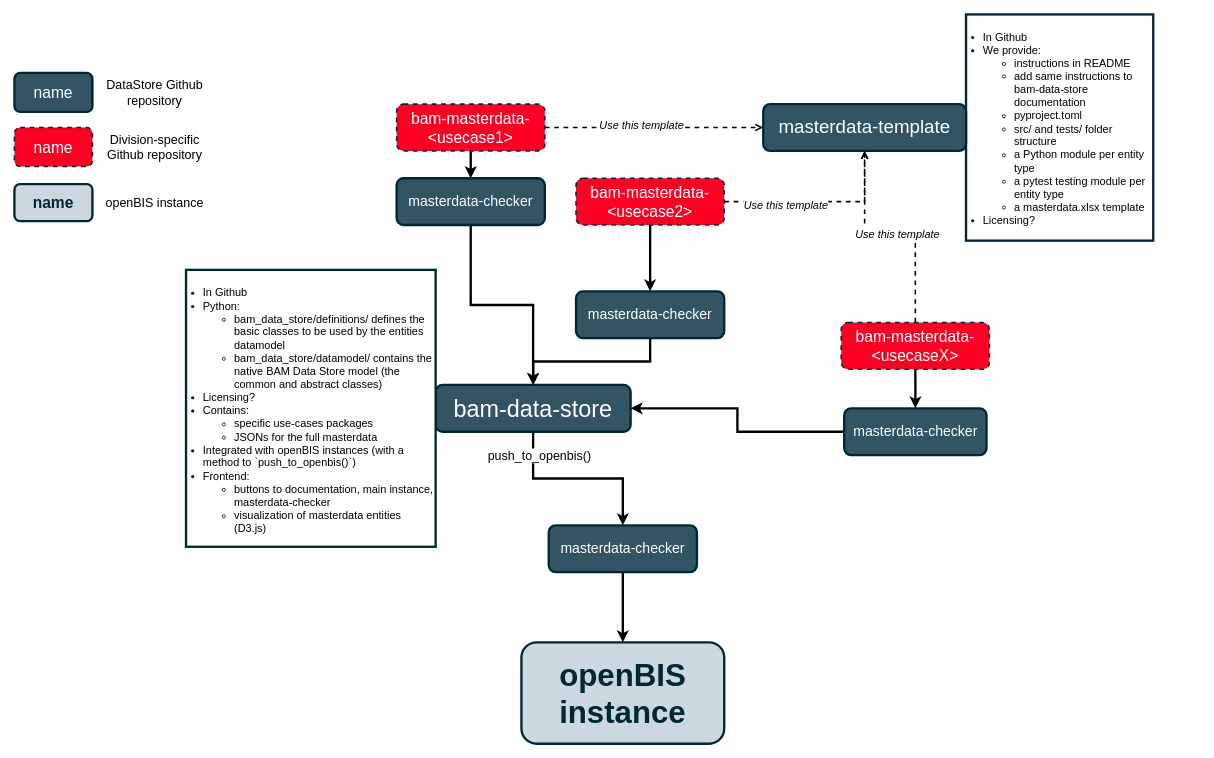
ibresslerBAM/bam-masterdata keeps this draw.io diagram as docs/assets/drawio/masterdata-workflow.drawio. Above is the earlier version. Source tidied: cells renumbered, new cells numbered last; positions are measured from the earlier drawing's top-left corner, leaving out a move shared by most shapes. Both pictures are drawn from the tidied source at 78%, with x=0, y=0 at pixel (14, 14).
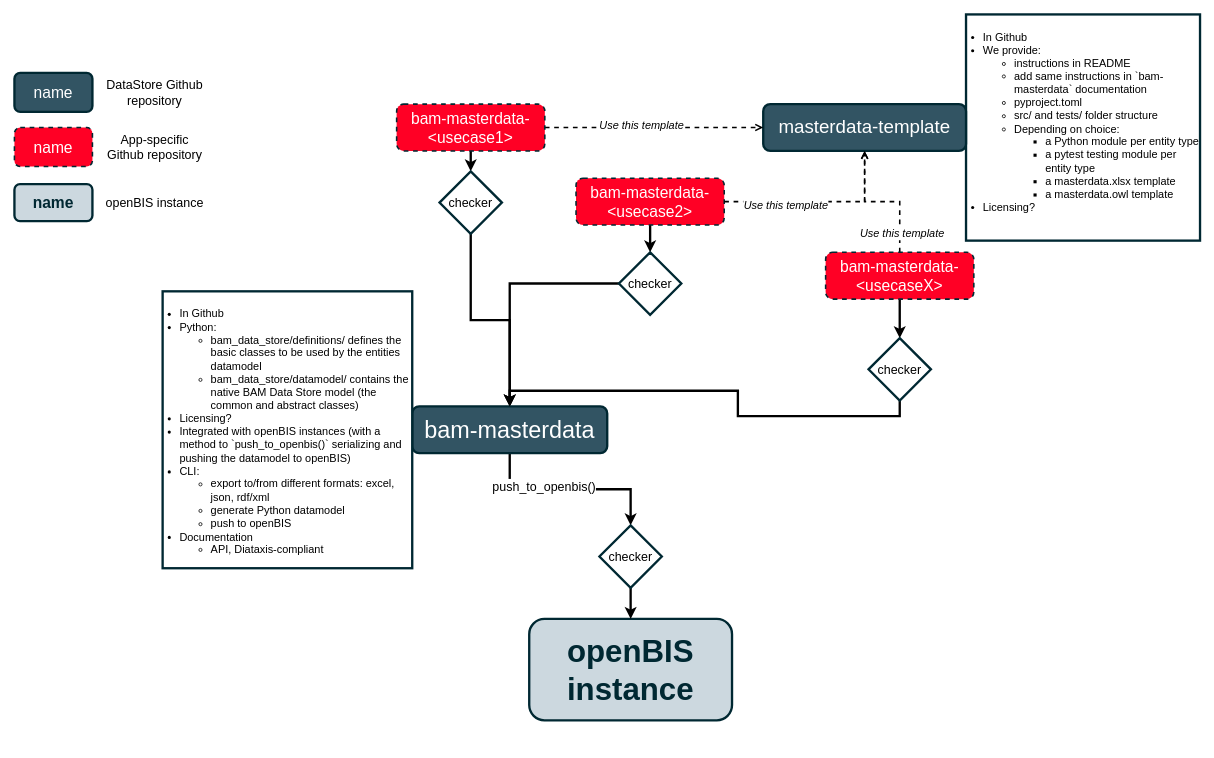
Above is the later version.

The change refers to these unchanged cells:
```xml
<mxCell id="10" value="bam-masterdata-&amp;lt;usecase1&amp;gt;" style="rounded=1;whiteSpace=wrap;html=1;fillColor=#FF0025;fontFamily=Klavika;fontColor=#FFFFFF;textShadow=0;fontSize=20;strokeColor=#002832;strokeWidth=2;dashed=1;" parent="1" vertex="1">
  <mxGeometry x="490" y="115" width="190" height="60" as="geometry" />
</mxCell>
<mxCell id="11" style="edgeStyle=orthogonalEdgeStyle;rounded=0;jettySize=auto;html=1;endArrow=open;endFill=0;strokeWidth=2;dashed=1;" parent="1" edge="1" source="13" target="7">
  <mxGeometry relative="1" as="geometry" />
</mxCell>
<mxCell id="14" value="bam-masterdata-&amp;lt;usecase2&amp;gt;" style="rounded=1;whiteSpace=wrap;html=1;fillColor=#FF0025;fontFamily=Klavika;fontColor=#FFFFFF;textShadow=0;fontSize=20;strokeColor=#002832;strokeWidth=2;dashed=1;" parent="1" vertex="1">
  <mxGeometry x="720" y="210" width="190" height="60" as="geometry" />
</mxCell>
```

Change to the diagram source:
```diff
@@
-    <mxCell id="2" style="edgeStyle=orthogonalEdgeStyle;rounded=0;jettySize=auto;html=1;strokeWidth=3;startArrow=classic;startFill=1;endArrow=none;endFill=0;" parent="1" edge="1" source="30" target="10">
+    <mxCell id="2" style="edgeStyle=orthogonalEdgeStyle;rounded=0;jettySize=auto;html=1;strokeWidth=3;startArrow=classic;startFill=1;endArrow=none;endFill=0;exitX=0.5;exitY=0;exitDx=0;exitDy=0;" parent="1" edge="1" source="38" target="10">
       <mxGeometry relative="1" as="geometry" />
     </mxCell>
-    <mxCell id="3" style="edgeStyle=orthogonalEdgeStyle;rounded=0;jettySize=auto;html=1;strokeWidth=3;startArrow=classic;startFill=1;endArrow=none;endFill=0;" parent="1" edge="1" source="26" target="13">
+    <mxCell id="3" style="edgeStyle=orthogonalEdgeStyle;rounded=0;jettySize=auto;html=1;strokeWidth=3;startArrow=classic;startFill=1;endArrow=none;endFill=0;exitX=0.5;exitY=0;exitDx=0;exitDy=0;" parent="1" edge="1" source="40" target="13">
       <mxGeometry relative="1" as="geometry" />
     </mxCell>
-    <mxCell id="4" style="edgeStyle=orthogonalEdgeStyle;rounded=0;jettySize=auto;html=1;strokeWidth=3;startArrow=classic;startFill=1;endArrow=none;endFill=0;" parent="1" edge="1" source="28" target="14">
+    <mxCell id="4" style="edgeStyle=orthogonalEdgeStyle;rounded=0;jettySize=auto;html=1;strokeWidth=3;startArrow=classic;startFill=1;endArrow=none;endFill=0;exitX=0.5;exitY=0;exitDx=0;exitDy=0;" parent="1" edge="1" source="42" target="14">
       <mxGeometry relative="1" as="geometry" />
     </mxCell>
     <mxCell id="5" style="group;" parent="1" vertex="1">
-      <mxGeometry x="960" width="500" height="290" as="geometry" />
+      <mxGeometry x="960" width="560" height="290" as="geometry" />
     </mxCell>
-    <mxCell id="6" value="&lt;ul style=&quot;padding-left: 20px;&quot;&gt;&lt;li&gt;In Github&lt;/li&gt;&lt;li&gt;We provide:&lt;/li&gt;&lt;ul&gt;&lt;li&gt;instructions in README&lt;/li&gt;&lt;li&gt;add same instructions to bam-data-store documentation&lt;/li&gt;&lt;li&gt;pyproject.toml&lt;/li&gt;&lt;li&gt;src/ and tests/ folder structure&lt;/li&gt;&lt;li&gt;a Python module per entity type&lt;/li&gt;&lt;li&gt;a pytest testing module per entity type&lt;/li&gt;&lt;li&gt;a masterdata.xlsx template&lt;br&gt;&lt;/li&gt;&lt;/ul&gt;&lt;li&gt;Licensing?&lt;/li&gt;&lt;/ul&gt;" style="rounded=0;whiteSpace=wrap;html=1;strokeWidth=3;strokeColor=#002832;align=left;verticalAlign=top;fontSize=14;" parent="5" vertex="1">
-      <mxGeometry x="260" width="240" height="290" as="geometry" />
+    <mxCell id="6" value="&lt;ul style=&quot;padding-left: 20px;&quot;&gt;&lt;li&gt;In Github&lt;/li&gt;&lt;li&gt;We provide:&lt;/li&gt;&lt;ul&gt;&lt;li&gt;instructions in README&lt;/li&gt;&lt;li&gt;add same instructions in `bam-masterdata` documentation&lt;br&gt;&lt;/li&gt;&lt;li&gt;pyproject.toml&lt;/li&gt;&lt;li&gt;src/ and tests/ folder structure&lt;/li&gt;&lt;li&gt;Depending on choice:&lt;br&gt;&lt;/li&gt;&lt;ul&gt;&lt;li&gt;a Python module per entity type&lt;/li&gt;&lt;li&gt;a pytest testing module per entity type&lt;/li&gt;&lt;li&gt;a masterdata.xlsx template&lt;/li&gt;&lt;li&gt;a masterdata.owl template&lt;br&gt;&lt;/li&gt;&lt;/ul&gt;&lt;/ul&gt;&lt;li&gt;Licensing?&lt;/li&gt;&lt;/ul&gt;" style="rounded=0;whiteSpace=wrap;html=1;strokeWidth=3;strokeColor=#002832;align=left;verticalAlign=top;fontSize=14;" parent="5" vertex="1">
+      <mxGeometry x="260" width="300" height="290" as="geometry" />
     </mxCell>
@@
     <mxCell id="12" value="&lt;font style=&quot;font-size: 14px;&quot; face=&quot;Klavika&quot;&gt;&lt;i&gt;Use this template&lt;br&gt;&lt;/i&gt;&lt;/font&gt;" style="edgeLabel;html=1;align=center;verticalAlign=middle;" parent="11" vertex="1">
       <mxGeometry x="-0.05" y="-4" relative="1" as="geometry">
-        <mxPoint x="1" as="offset" />
+        <mxPoint x="20" y="44" as="offset" />
       </mxGeometry>
     </mxCell>
     <mxCell id="13" value="bam-masterdata-&amp;lt;usecaseX&amp;gt;" style="rounded=1;whiteSpace=wrap;html=1;fillColor=#FF0025;fontFamily=Klavika;fontColor=#FFFFFF;textShadow=0;fontSize=20;strokeColor=#002832;strokeWidth=2;dashed=1;" parent="1" vertex="1">
-      <mxGeometry x="1060" y="395" width="190" height="60" as="geometry" />
+      <mxGeometry x="1040" y="305" width="190" height="60" as="geometry" />
     </mxCell>
@@
-    <mxCell id="17" style="group;" parent="1" vertex="1">
-      <mxGeometry x="220" y="327.5" width="570" height="355" as="geometry" />
-    </mxCell>
-    <mxCell id="18" value="&lt;font&gt;bam&lt;/font&gt;-data-store" style="rounded=1;whiteSpace=wrap;html=1;fillColor=#325463;fontFamily=Klavika;fontColor=#FFFFFF;textShadow=0;fontSize=30;strokeColor=#002832;strokeWidth=3;" parent="17" vertex="1">
-      <mxGeometry x="320" y="147.5" width="250" height="60" as="geometry" />
-    </mxCell>
-    <mxCell id="19" value="&lt;ul style=&quot;padding-left: 20px;&quot;&gt;&lt;li&gt;In Github&lt;/li&gt;&lt;li&gt;Python:&lt;/li&gt;&lt;ul&gt;&lt;li&gt;bam_data_store/definitions/ defines the basic classes to be used by the entities datamodel&lt;/li&gt;&lt;li&gt;bam_data_store/datamodel/ contains the native BAM Data Store model (the common and abstract classes)&lt;/li&gt;&lt;/ul&gt;&lt;li&gt;Licensing?&lt;/li&gt;&lt;li&gt;Contains:&lt;/li&gt;&lt;ul&gt;&lt;li&gt;specific use-cases packages&lt;/li&gt;&lt;li&gt;JSONs for the full masterdata&lt;br&gt;&lt;/li&gt;&lt;/ul&gt;&lt;li&gt;Integrated with openBIS instances (with a method to `push_to_openbis()`)&lt;br&gt;&lt;/li&gt;&lt;li&gt;Frontend:&lt;/li&gt;&lt;ul&gt;&lt;li&gt;buttons to documentation, main instance, masterdata-checker&lt;br&gt;&lt;/li&gt;&lt;li&gt;visualization of masterdata entities (D3.js)&lt;br&gt;&lt;/li&gt;&lt;/ul&gt;&lt;/ul&gt;" style="rounded=0;whiteSpace=wrap;html=1;strokeWidth=3;strokeColor=#002832;align=left;verticalAlign=top;fontSize=14;" parent="17" vertex="1">
-      <mxGeometry width="320" height="355" as="geometry" />
-    </mxCell>
     <mxCell id="20" value="&lt;div&gt;openBIS&lt;/div&gt;&lt;div&gt;instance&lt;br&gt;&lt;/div&gt;" style="rounded=1;whiteSpace=wrap;html=1;fillColor=#CCD8DF;fontFamily=Klavika;fontColor=#002832;textShadow=0;fontSize=40;strokeColor=#002832;strokeWidth=3;fontStyle=1;" parent="1" vertex="1">
-      <mxGeometry x="650" y="805" width="260" height="130" as="geometry" />
+      <mxGeometry x="660" y="775" width="260" height="130" as="geometry" />
     </mxCell>
-    <mxCell id="21" style="edgeStyle=orthogonalEdgeStyle;rounded=0;jettySize=auto;html=1;strokeWidth=3;" parent="1" edge="1" source="24" target="20">
-      <mxGeometry relative="1" as="geometry" />
-    </mxCell>
-    <mxCell id="22" style="edgeStyle=orthogonalEdgeStyle;rounded=0;jettySize=auto;html=1;strokeWidth=3;" parent="1" edge="1" source="18" target="24">
+    <mxCell id="22" style="edgeStyle=orthogonalEdgeStyle;rounded=0;jettySize=auto;html=1;strokeWidth=3;entryX=0.5;entryY=0;entryDx=0;entryDy=0;" parent="1" edge="1" source="18" target="44">
       <mxGeometry relative="1" as="geometry" />
     </mxCell>
     <mxCell id="23" value="&lt;font face=&quot;Klavika&quot; style=&quot;font-size: 16px;&quot;&gt;push_to_openbis()&lt;/font&gt;" style="edgeLabel;html=1;align=center;verticalAlign=middle;" parent="22" vertex="1">
       <mxGeometry x="-0.1" y="1" relative="1" as="geometry">
-        <mxPoint x="-39" y="-29" as="offset" />
+        <mxPoint x="-21" y="-3" as="offset" />
       </mxGeometry>
     </mxCell>
-    <mxCell id="24" value="masterdata-checker" style="rounded=1;whiteSpace=wrap;html=1;fillColor=#325463;fontFamily=Klavika;fontColor=#FFFFFF;textShadow=0;fontSize=18;strokeColor=#002832;strokeWidth=3;" parent="1" vertex="1">
-      <mxGeometry x="685" y="655" width="190" height="60" as="geometry" />
-    </mxCell>
-    <mxCell id="25" style="edgeStyle=orthogonalEdgeStyle;rounded=0;jettySize=auto;html=1;strokeWidth=3;startArrow=classic;startFill=1;endArrow=none;endFill=0;" parent="1" edge="1" source="18" target="26">
-      <mxGeometry relative="1" as="geometry" />
-    </mxCell>
-    <mxCell id="26" value="masterdata-checker" style="rounded=1;whiteSpace=wrap;html=1;fillColor=#325463;fontFamily=Klavika;fontColor=#FFFFFF;textShadow=0;fontSize=18;strokeColor=#002832;strokeWidth=3;" parent="1" vertex="1">
-      <mxGeometry x="1063.8" y="505" width="182.5" height="60" as="geometry" />
-    </mxCell>
-    <mxCell id="27" style="edgeStyle=orthogonalEdgeStyle;rounded=0;jettySize=auto;html=1;strokeWidth=3;startArrow=classic;startFill=1;endArrow=none;endFill=0;" parent="1" edge="1" source="18" target="28">
-      <mxGeometry relative="1" as="geometry" />
-    </mxCell>
-    <mxCell id="28" value="masterdata-checker" style="rounded=1;whiteSpace=wrap;html=1;fillColor=#325463;fontFamily=Klavika;fontColor=#FFFFFF;textShadow=0;fontSize=18;strokeColor=#002832;strokeWidth=3;" parent="1" vertex="1">
-      <mxGeometry x="720" y="355" width="190" height="60" as="geometry" />
-    </mxCell>
-    <mxCell id="29" style="edgeStyle=orthogonalEdgeStyle;rounded=0;jettySize=auto;html=1;strokeWidth=3;startArrow=classic;startFill=1;endArrow=none;endFill=0;" parent="1" edge="1" source="18" target="30">
-      <mxGeometry relative="1" as="geometry" />
-    </mxCell>
-    <mxCell id="30" value="masterdata-checker" style="rounded=1;whiteSpace=wrap;html=1;fillColor=#325463;fontFamily=Klavika;fontColor=#FFFFFF;textShadow=0;fontSize=18;strokeColor=#002832;strokeWidth=3;" parent="1" vertex="1">
-      <mxGeometry x="490" y="210" width="190" height="60" as="geometry" />
-    </mxCell>
@@
-    <mxCell id="33" value="Division-specific Github repository" style="text;html=1;align=center;verticalAlign=middle;whiteSpace=wrap;rounded=0;fontFamily=Klavika;fontSize=16;" parent="1" vertex="1">
+    <mxCell id="33" value="App-specific Github repository" style="text;html=1;align=center;verticalAlign=middle;whiteSpace=wrap;rounded=0;fontFamily=Klavika;fontSize=16;" parent="1" vertex="1">
       <mxGeometry x="110" y="155" width="140" height="30" as="geometry" />
     </mxCell>
@@
+    <mxCell id="37" style="edgeStyle=orthogonalEdgeStyle;rounded=0;jettySize=auto;html=1;entryX=0.5;entryY=0;entryDx=0;entryDy=0;strokeWidth=3;" parent="1" edge="1" source="38" target="18">
+      <mxGeometry relative="1" as="geometry" />
+    </mxCell>
+    <mxCell id="38" value="checker" style="rhombus;whiteSpace=wrap;html=1;fontFamily=Klavika;fontSize=16;strokeWidth=3;strokeColor=#002832;" parent="1" vertex="1">
+      <mxGeometry x="545" y="201.2" width="80" height="80" as="geometry" />
+    </mxCell>
+    <mxCell id="39" style="edgeStyle=orthogonalEdgeStyle;rounded=0;jettySize=auto;html=1;exitX=0.5;exitY=1;exitDx=0;exitDy=0;strokeWidth=3;" parent="1" edge="1" source="40" target="18">
+      <mxGeometry relative="1" as="geometry" />
+    </mxCell>
+    <mxCell id="40" value="checker" style="rhombus;whiteSpace=wrap;html=1;fontFamily=Klavika;fontSize=16;strokeWidth=3;strokeColor=#002832;" parent="1" vertex="1">
+      <mxGeometry x="1095" y="415" width="80" height="80" as="geometry" />
+    </mxCell>
+    <mxCell id="18" value="&lt;font&gt;bam&lt;/font&gt;-masterdata" style="rounded=1;whiteSpace=wrap;html=1;fillColor=#325463;fontFamily=Klavika;fontColor=#FFFFFF;textShadow=0;fontSize=30;strokeColor=#002832;strokeWidth=3;" parent="1" vertex="1">
+      <mxGeometry x="510" y="502.5" width="250" height="60" as="geometry" />
+    </mxCell>
+    <mxCell id="19" value="&lt;ul style=&quot;padding-left: 20px;&quot;&gt;&lt;li&gt;In Github&lt;/li&gt;&lt;li&gt;Python:&lt;/li&gt;&lt;ul&gt;&lt;li&gt;bam_data_store/definitions/ defines the basic classes to be used by the entities datamodel&lt;/li&gt;&lt;li&gt;bam_data_store/datamodel/ contains the native BAM Data Store model (the common and abstract classes)&lt;/li&gt;&lt;/ul&gt;&lt;li&gt;Licensing?&lt;/li&gt;&lt;li&gt;Integrated with openBIS instances (with a method to `push_to_openbis()` serializing and pushing the datamodel to openBIS)&lt;br&gt;&lt;/li&gt;&lt;li&gt;CLI:&lt;/li&gt;&lt;ul&gt;&lt;li&gt;export to/from different formats: excel, json, rdf/xml&lt;/li&gt;&lt;li&gt;generate Python datamodel&lt;/li&gt;&lt;li&gt;push to openBIS&lt;/li&gt;&lt;/ul&gt;&lt;li&gt;Documentation&lt;/li&gt;&lt;ul&gt;&lt;li&gt;API, Diataxis-compliant&lt;/li&gt;&lt;/ul&gt;&lt;/ul&gt;" style="rounded=0;whiteSpace=wrap;html=1;strokeWidth=3;strokeColor=#002832;align=left;verticalAlign=top;fontSize=14;" parent="1" vertex="1">
+      <mxGeometry x="190" y="355" width="320" height="355" as="geometry" />
+    </mxCell>
+    <mxCell id="41" style="edgeStyle=orthogonalEdgeStyle;rounded=0;jettySize=auto;html=1;entryX=0.5;entryY=0;entryDx=0;entryDy=0;strokeWidth=3;" parent="1" edge="1" source="42" target="18">
+      <mxGeometry relative="1" as="geometry" />
+    </mxCell>
+    <mxCell id="42" value="checker" style="rhombus;whiteSpace=wrap;html=1;fontFamily=Klavika;fontSize=16;strokeWidth=3;strokeColor=#002832;" parent="1" vertex="1">
+      <mxGeometry x="775" y="305" width="80" height="80" as="geometry" />
+    </mxCell>
+    <mxCell id="43" style="edgeStyle=orthogonalEdgeStyle;rounded=0;jettySize=auto;html=1;strokeWidth=3;" parent="1" edge="1" source="44" target="20">
+      <mxGeometry relative="1" as="geometry" />
+    </mxCell>
+    <mxCell id="44" value="checker" style="rhombus;whiteSpace=wrap;html=1;fontFamily=Klavika;fontSize=16;strokeWidth=3;strokeColor=#002832;" parent="1" vertex="1">
+      <mxGeometry x="750" y="655" width="80" height="80" as="geometry" />
+    </mxCell>
```
